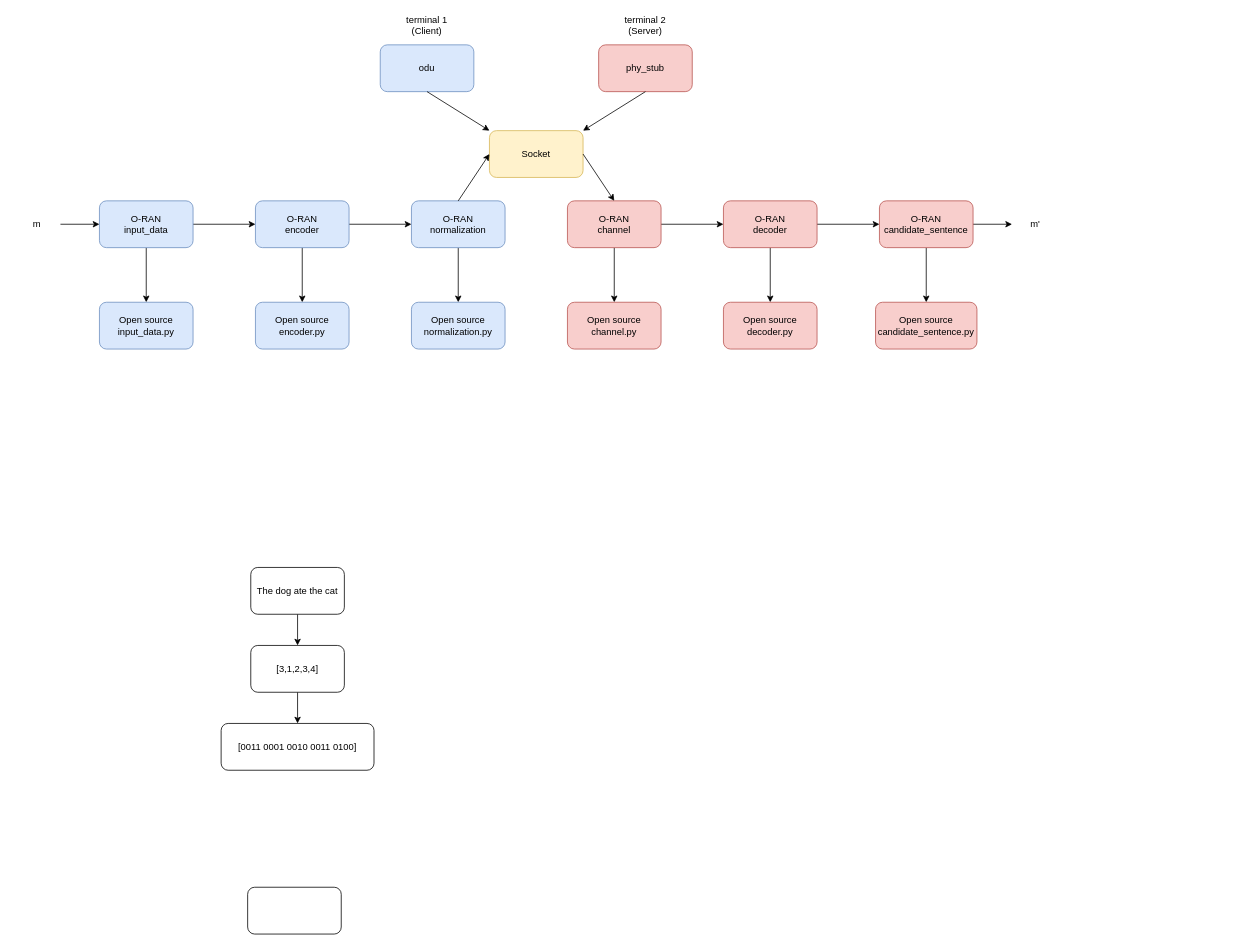
This is page "Page-4" (4 of 4) of Copy of test.drawio from eric693/Practice, a draw.io file, before an edit. Source tidied: cells renumbered, new cells numbered last; positions are measured from the earlier drawing's top-left corner, leaving out a move shared by most shapes. Both pictures are drawn from the tidied source at 78%, with x=0, y=0 at pixel (13, 13).
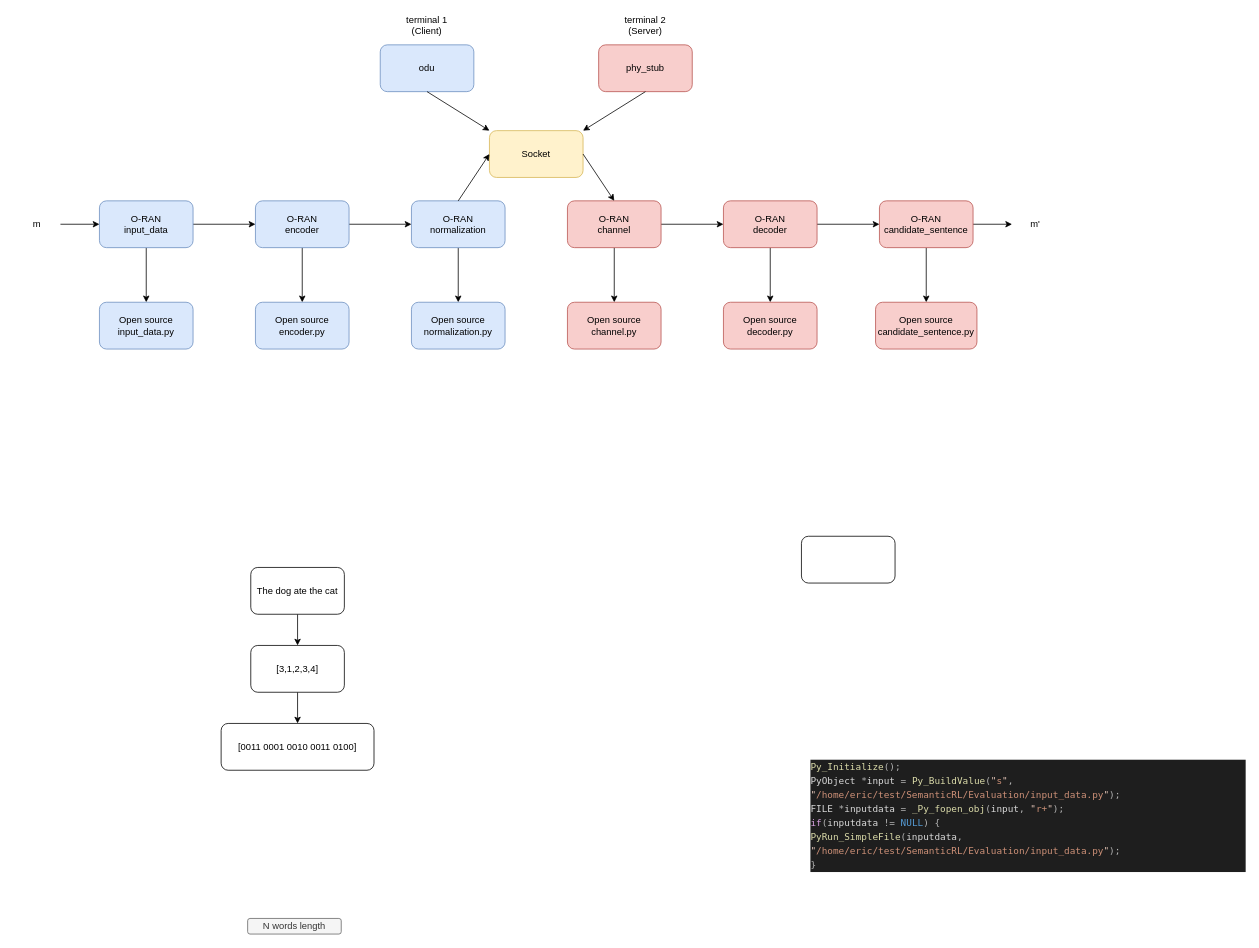
The same diagram, later.

The edit, as a diff of the source:
```diff
@@
-    <mxCell id="42" style="rounded=1;whiteSpace=wrap;html=1;" parent="1" vertex="1">
-      <mxGeometry x="300" y="1120" width="120" height="60" as="geometry" />
+    <mxCell id="42" value="N words length" style="rounded=1;whiteSpace=wrap;html=1;fillColor=#f5f5f5;fontColor=#333333;strokeColor=#666666;" parent="1" vertex="1">
+      <mxGeometry x="300" y="1160" width="120" height="20" as="geometry" />
     </mxCell>
+    <mxCell id="43" style="rounded=1;whiteSpace=wrap;html=1;" parent="1" vertex="1">
+      <mxGeometry x="1010" y="670" width="120" height="60" as="geometry" />
+    </mxCell>
+    <mxCell id="44" value="&lt;div style=&quot;color: rgb(218, 218, 218); background-color: rgb(30, 30, 30); font-family: Menlo, Monaco, &amp;quot;Courier New&amp;quot;, monospace; font-weight: normal; font-size: 12px; line-height: 18px;&quot;&gt;&lt;div&gt;&lt;span style=&quot;color: #dcdcaa;&quot;&gt;Py_Initialize&lt;/span&gt;&lt;span style=&quot;color: #b4b4b4;&quot;&gt;();&lt;/span&gt;&lt;/div&gt;&lt;div&gt;&lt;span style=&quot;color: #dadada;&quot;&gt;      PyObject &lt;/span&gt;&lt;span style=&quot;color: #b4b4b4;&quot;&gt;*&lt;/span&gt;&lt;span style=&quot;color: #dadada;&quot;&gt;input &lt;/span&gt;&lt;span style=&quot;color: #b4b4b4;&quot;&gt;=&lt;/span&gt;&lt;span style=&quot;color: #dadada;&quot;&gt; &lt;/span&gt;&lt;span style=&quot;color: #dcdcaa;&quot;&gt;Py_BuildValue&lt;/span&gt;&lt;span style=&quot;color: #b4b4b4;&quot;&gt;(&lt;/span&gt;&lt;span style=&quot;color: #e8c9bb;&quot;&gt;&quot;&lt;/span&gt;&lt;span style=&quot;color: #ce9178;&quot;&gt;s&lt;/span&gt;&lt;span style=&quot;color: #e8c9bb;&quot;&gt;&quot;&lt;/span&gt;&lt;span style=&quot;color: #b4b4b4;&quot;&gt;,&lt;/span&gt;&lt;span style=&quot;color: #dadada;&quot;&gt; &lt;/span&gt;&lt;span style=&quot;color: #e8c9bb;&quot;&gt;&quot;&lt;/span&gt;&lt;span style=&quot;color: #ce9178;&quot;&gt;/home/eric/test/SemanticRL/Evaluation/input_data.py&lt;/span&gt;&lt;span style=&quot;color: #e8c9bb;&quot;&gt;&quot;&lt;/span&gt;&lt;span style=&quot;color: #b4b4b4;&quot;&gt;);&lt;/span&gt;&lt;/div&gt;&lt;div&gt;&lt;span style=&quot;color: #dadada;&quot;&gt;      FILE &lt;/span&gt;&lt;span style=&quot;color: #b4b4b4;&quot;&gt;*&lt;/span&gt;&lt;span style=&quot;color: #dadada;&quot;&gt;inputdata &lt;/span&gt;&lt;span style=&quot;color: #b4b4b4;&quot;&gt;=&lt;/span&gt;&lt;span style=&quot;color: #dadada;&quot;&gt; &lt;/span&gt;&lt;span style=&quot;color: #dcdcaa;&quot;&gt;_Py_fopen_obj&lt;/span&gt;&lt;span style=&quot;color: #b4b4b4;&quot;&gt;(&lt;/span&gt;&lt;span style=&quot;color: #dadada;&quot;&gt;input&lt;/span&gt;&lt;span style=&quot;color: #b4b4b4;&quot;&gt;,&lt;/span&gt;&lt;span style=&quot;color: #dadada;&quot;&gt; &lt;/span&gt;&lt;span style=&quot;color: #e8c9bb;&quot;&gt;&quot;&lt;/span&gt;&lt;span style=&quot;color: #ce9178;&quot;&gt;r+&lt;/span&gt;&lt;span style=&quot;color: #e8c9bb;&quot;&gt;&quot;&lt;/span&gt;&lt;span style=&quot;color: #b4b4b4;&quot;&gt;);&lt;/span&gt;&lt;/div&gt;&lt;div&gt;&lt;span style=&quot;color: #dadada;&quot;&gt;      &lt;/span&gt;&lt;span style=&quot;color: #d8a0df;&quot;&gt;if&lt;/span&gt;&lt;span style=&quot;color: #b4b4b4;&quot;&gt;(&lt;/span&gt;&lt;span style=&quot;color: #dadada;&quot;&gt;inputdata &lt;/span&gt;&lt;span style=&quot;color: #b4b4b4;&quot;&gt;!=&lt;/span&gt;&lt;span style=&quot;color: #dadada;&quot;&gt; &lt;/span&gt;&lt;span style=&quot;color: #569cd6;&quot;&gt;NULL&lt;/span&gt;&lt;span style=&quot;color: #b4b4b4;&quot;&gt;)&lt;/span&gt;&lt;span style=&quot;color: #dadada;&quot;&gt; &lt;/span&gt;&lt;span style=&quot;color: #b4b4b4;&quot;&gt;{&lt;/span&gt;&lt;/div&gt;&lt;div&gt;&lt;span style=&quot;color: #dadada;&quot;&gt;      &lt;/span&gt;&lt;span style=&quot;color: #dcdcaa;&quot;&gt;PyRun_SimpleFile&lt;/span&gt;&lt;span style=&quot;color: #b4b4b4;&quot;&gt;(&lt;/span&gt;&lt;span style=&quot;color: #dadada;&quot;&gt;inputdata&lt;/span&gt;&lt;span style=&quot;color: #b4b4b4;&quot;&gt;,&lt;/span&gt;&lt;span style=&quot;color: #dadada;&quot;&gt; &lt;/span&gt;&lt;span style=&quot;color: #e8c9bb;&quot;&gt;&quot;&lt;/span&gt;&lt;span style=&quot;color: #ce9178;&quot;&gt;/home/eric/test/SemanticRL/Evaluation/input_data.py&lt;/span&gt;&lt;span style=&quot;color: #e8c9bb;&quot;&gt;&quot;&lt;/span&gt;&lt;span style=&quot;color: #b4b4b4;&quot;&gt;);&lt;/span&gt;&lt;/div&gt;&lt;div&gt;&lt;span style=&quot;color: #dadada;&quot;&gt;      &lt;/span&gt;&lt;span style=&quot;color: #b4b4b4;&quot;&gt;}&lt;/span&gt;&lt;/div&gt;&lt;/div&gt;" style="text;whiteSpace=wrap;html=1;" parent="1" vertex="1">
+      <mxGeometry x="1020" y="950" width="560" height="170" as="geometry" />
+    </mxCell>
```
